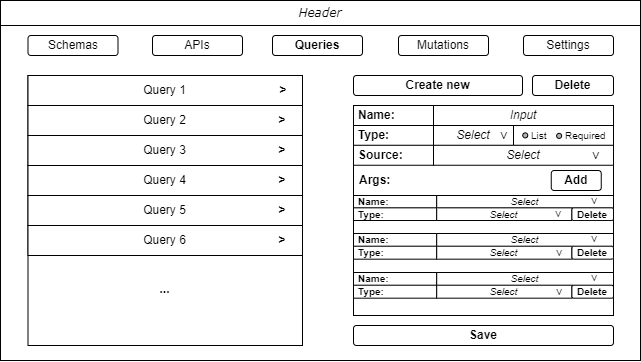
ICEI-PUC-Minas-PPLES-TI/plf-es-2022-1-tcci-5308100-dev-marlon-silva keeps this draw.io diagram as Artefatos/Telas/queries-panel-wireframe.png. Above is the earlier version. Source tidied: cells renumbered, new cells last; positions are measured from the earlier drawing's top-left corner, leaving out a move shared by most shapes.
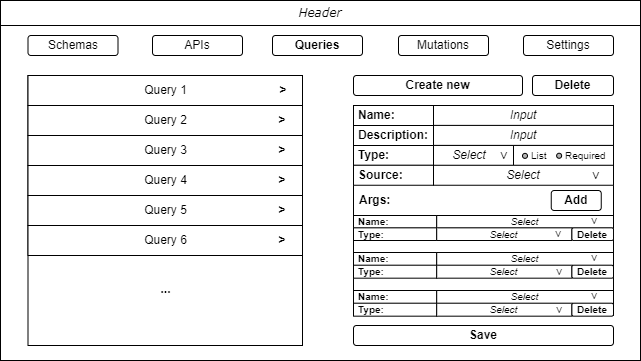
Later version of the same file.

The edit, as a diff of the source:
```diff
@@ -63,22 +63,22 @@
       <mxGeometry x="353" y="105" width="80" height="20" as="geometry" />
     </mxCell>
     <mxCell id="22" value="&lt;b&gt;Type:&lt;/b&gt;" style="rounded=0;whiteSpace=wrap;html=1;align=left;spacingLeft=3;" parent="1" vertex="1">
-      <mxGeometry x="353" y="125" width="80" height="20" as="geometry" />
+      <mxGeometry x="353" y="144.9" width="80" height="20" as="geometry" />
     </mxCell>
     <mxCell id="23" value="&lt;b&gt;Args:&lt;/b&gt;" style="text;html=1;strokeColor=none;fillColor=none;align=left;verticalAlign=middle;whiteSpace=wrap;rounded=0;spacingLeft=3;" parent="1" vertex="1">
-      <mxGeometry x="354" y="170" width="50" height="20" as="geometry" />
+      <mxGeometry x="354" y="190" width="50" height="20" as="geometry" />
     </mxCell>
     <mxCell id="24" value="&lt;i&gt;Input&lt;/i&gt;" style="rounded=0;whiteSpace=wrap;html=1;" parent="1" vertex="1">
       <mxGeometry x="433" y="105" width="180" height="20" as="geometry" />
     </mxCell>
-    <mxCell id="25" value="&lt;i&gt;Select&lt;/i&gt;" style="rounded=0;whiteSpace=wrap;html=1;" parent="1" vertex="1">
-      <mxGeometry x="433" y="125" width="80" height="20" as="geometry" />
+    <mxCell id="25" value="&lt;i&gt;Select&lt;/i&gt;" style="rounded=0;whiteSpace=wrap;html=1;spacingLeft=-8;" parent="1" vertex="1">
+      <mxGeometry x="433" y="145" width="80" height="20" as="geometry" />
     </mxCell>
     <mxCell id="26" value="Save" style="rounded=1;whiteSpace=wrap;html=1;fontStyle=1;" parent="1" vertex="1">
       <mxGeometry x="353" y="325" width="260" height="20" as="geometry" />
     </mxCell>
     <mxCell id="27" value="Add" style="rounded=1;whiteSpace=wrap;html=1;fontStyle=1;" parent="1" vertex="1">
-      <mxGeometry x="550.8" y="170" width="50" height="20" as="geometry" />
+      <mxGeometry x="550.8" y="190" width="50" height="20" as="geometry" />
     </mxCell>
     <mxCell id="28" value="Query 5" style="rounded=0;whiteSpace=wrap;html=1;" parent="1" vertex="1">
       <mxGeometry x="27.5" y="195" width="274.5" height="30" as="geometry" />
@@ -96,34 +96,34 @@
       <mxGeometry width="640" height="25" as="geometry" />
     </mxCell>
     <mxCell id="33" value="&lt;font face=&quot;Verdana&quot; style=&quot;font-size: 12px;&quot;&gt;&amp;gt;&lt;/font&gt;" style="text;html=1;strokeColor=none;fillColor=none;align=center;verticalAlign=middle;whiteSpace=wrap;rounded=0;fontStyle=0;rotation=90;fontSize=12;" parent="1" vertex="1">
-      <mxGeometry x="498.6" y="125" width="10.1" height="20.8" as="geometry" />
+      <mxGeometry x="498.6" y="145" width="10.1" height="20.8" as="geometry" />
     </mxCell>
     <mxCell id="34" style="rounded=0;whiteSpace=wrap;html=1;fontFamily=Verdana;" parent="1" vertex="1">
-      <mxGeometry x="513" y="125" width="100" height="20" as="geometry" />
+      <mxGeometry x="513" y="145" width="100" height="20" as="geometry" />
     </mxCell>
     <mxCell id="35" style="ellipse;whiteSpace=wrap;html=1;fillColor=#B3B3B3;" parent="1" vertex="1">
-      <mxGeometry x="522.2" y="132.4" width="5" height="5" as="geometry" />
+      <mxGeometry x="522" y="152.9" width="5" height="5" as="geometry" />
     </mxCell>
     <mxCell id="36" value="List" style="text;html=1;strokeColor=none;fillColor=none;align=left;verticalAlign=middle;whiteSpace=wrap;rounded=0;fontSize=10;" parent="1" vertex="1">
-      <mxGeometry x="528.8" y="127.9" width="22" height="15" as="geometry" />
+      <mxGeometry x="528.8" y="147.8" width="22" height="15" as="geometry" />
     </mxCell>
     <mxCell id="37" style="ellipse;whiteSpace=wrap;html=1;fillColor=#B3B3B3;" parent="1" vertex="1">
-      <mxGeometry x="556.1" y="132.9" width="5" height="5" as="geometry" />
+      <mxGeometry x="556.1" y="152.8" width="5" height="5" as="geometry" />
     </mxCell>
     <mxCell id="38" value="Required" style="text;html=1;strokeColor=none;fillColor=none;align=left;verticalAlign=middle;whiteSpace=wrap;rounded=0;fontSize=10;" parent="1" vertex="1">
-      <mxGeometry x="562.6" y="127.9" width="44.4" height="15" as="geometry" />
+      <mxGeometry x="562.6" y="147.8" width="44.4" height="15" as="geometry" />
     </mxCell>
     <mxCell id="39" value="&lt;b&gt;Source:&lt;/b&gt;" style="rounded=0;whiteSpace=wrap;html=1;align=left;spacingLeft=3;" parent="1" vertex="1">
-      <mxGeometry x="353" y="144.8" width="80" height="20" as="geometry" />
+      <mxGeometry x="353" y="164.8" width="80" height="20" as="geometry" />
     </mxCell>
     <mxCell id="40" value="&lt;i&gt;Select&lt;/i&gt;" style="rounded=0;whiteSpace=wrap;html=1;" parent="1" vertex="1">
-      <mxGeometry x="433" y="144.8" width="180" height="20" as="geometry" />
+      <mxGeometry x="433" y="164.8" width="180" height="20" as="geometry" />
     </mxCell>
     <mxCell id="41" value="&lt;font face=&quot;Verdana&quot; style=&quot;font-size: 12px;&quot;&gt;&amp;gt;&lt;/font&gt;" style="text;html=1;strokeColor=none;fillColor=none;align=center;verticalAlign=middle;whiteSpace=wrap;rounded=0;fontStyle=0;rotation=90;fontSize=12;" parent="1" vertex="1">
-      <mxGeometry x="590.7" y="144.8" width="10.1" height="20.8" as="geometry" />
+      <mxGeometry x="590.7" y="165" width="10.1" height="20.8" as="geometry" />
     </mxCell>
     <mxCell id="42" style="group;" parent="1" vertex="1">
-      <mxGeometry x="353" y="272" width="260" height="25.7" as="geometry" />
+      <mxGeometry x="353" y="290" width="260" height="25.7" as="geometry" />
     </mxCell>
     <mxCell id="43" value="&lt;b style=&quot;font-size: 10px;&quot;&gt;Name:&lt;/b&gt;" style="rounded=0;whiteSpace=wrap;html=1;align=left;spacingLeft=3;fontSize=10;" parent="42" vertex="1">
       <mxGeometry width="83.2" height="13" as="geometry" />
@@ -147,7 +147,7 @@
       <mxGeometry x="236.7" y="-4.5" width="10.5" height="21.3" as="geometry" />
     </mxCell>
     <mxCell id="50" style="group;" parent="1" vertex="1">
-      <mxGeometry x="353" y="195" width="260" height="25" as="geometry" />
+      <mxGeometry x="353" y="215" width="260" height="25" as="geometry" />
     </mxCell>
     <mxCell id="51" value="&lt;b style=&quot;font-size: 10px;&quot;&gt;Name:&lt;/b&gt;" style="rounded=0;whiteSpace=wrap;html=1;align=left;spacingLeft=3;fontSize=10;" parent="50" vertex="1">
       <mxGeometry width="83.2" height="12.7" as="geometry" />
@@ -171,7 +171,7 @@
       <mxGeometry x="236.7" y="-4.4" width="10.5" height="20.7" as="geometry" />
     </mxCell>
     <mxCell id="58" style="group;" parent="1" vertex="1">
-      <mxGeometry x="353" y="233" width="260" height="25.7" as="geometry" />
+      <mxGeometry x="353" y="252" width="260" height="25.7" as="geometry" />
     </mxCell>
     <mxCell id="59" value="&lt;b style=&quot;font-size: 10px;&quot;&gt;Name:&lt;/b&gt;" style="rounded=0;whiteSpace=wrap;html=1;align=left;spacingLeft=3;fontSize=10;" parent="58" vertex="1">
       <mxGeometry width="83.2" height="13" as="geometry" />
@@ -194,5 +194,11 @@
     <mxCell id="65" value="&lt;font face=&quot;Verdana&quot; style=&quot;font-size: 10px;&quot;&gt;&amp;gt;&lt;/font&gt;" style="text;html=1;strokeColor=none;fillColor=none;align=center;verticalAlign=middle;whiteSpace=wrap;rounded=0;fontStyle=0;rotation=90;fontSize=10;" parent="58" vertex="1">
       <mxGeometry x="236.7" y="-4.5" width="10.5" height="21.3" as="geometry" />
     </mxCell>
+    <mxCell id="66" value="&lt;b&gt;Description:&lt;/b&gt;" style="rounded=0;whiteSpace=wrap;html=1;align=left;spacingLeft=3;" parent="1" vertex="1">
+      <mxGeometry x="353" y="125" width="80" height="20" as="geometry" />
+    </mxCell>
+    <mxCell id="67" value="&lt;i&gt;Input&lt;/i&gt;" style="rounded=0;whiteSpace=wrap;html=1;" parent="1" vertex="1">
+      <mxGeometry x="433" y="124.9" width="180" height="20" as="geometry" />
+    </mxCell>
   </root>
 </mxGraphModel>
```
